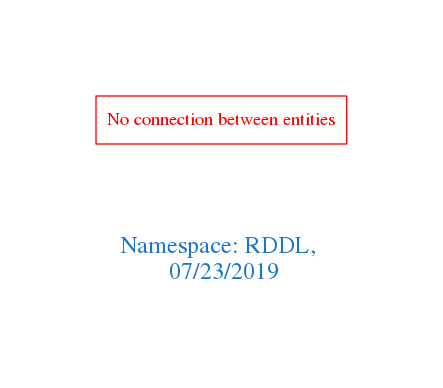
Above: downloads/RDDL.png in arago/OGIT (Graphviz), before the change. Its source is kept beside it as downloads/RDDL.dot.
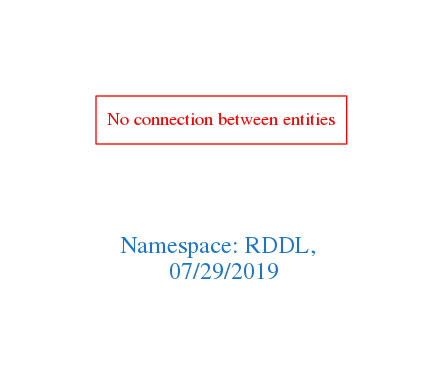
The same file after the commit.

The edit, as a diff of the source:
```diff
@@ -1,7 +1,7 @@
 digraph OGIT_ontology {
  graph [ rankdir= LR,pad=1
 fontsize = 18,
-fontcolor= dodgerblue3,label = "\n\n\nNamespace: RDDL, \n 07/23/2019"];
+fontcolor= dodgerblue3,label = "\n\n\nNamespace: RDDL, \n 07/29/2019"];
 node[shape=polygon];
 edge [  color="gray81"];
 
```
